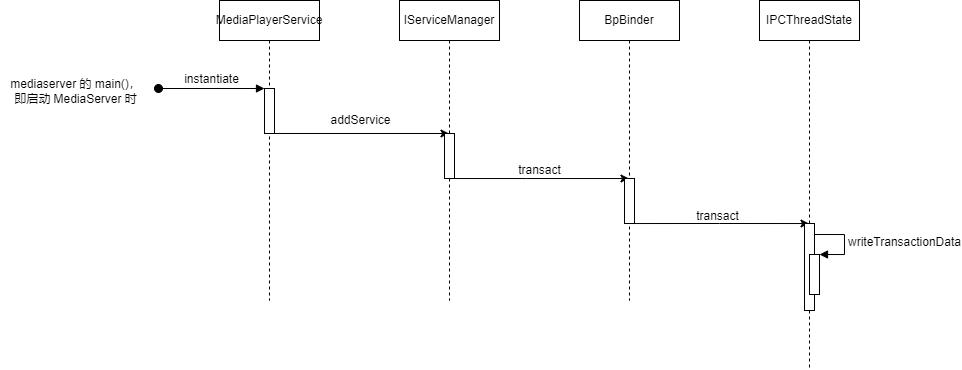
Before: res/MediaPlayerService 注册.drawio.png, a diagram exported from draw.io (huanggenghg/huanggenghg). Source tidied: cells renumbered, new cells last; positions are measured from the earlier drawing's top-left corner, leaving out a move shared by most shapes.
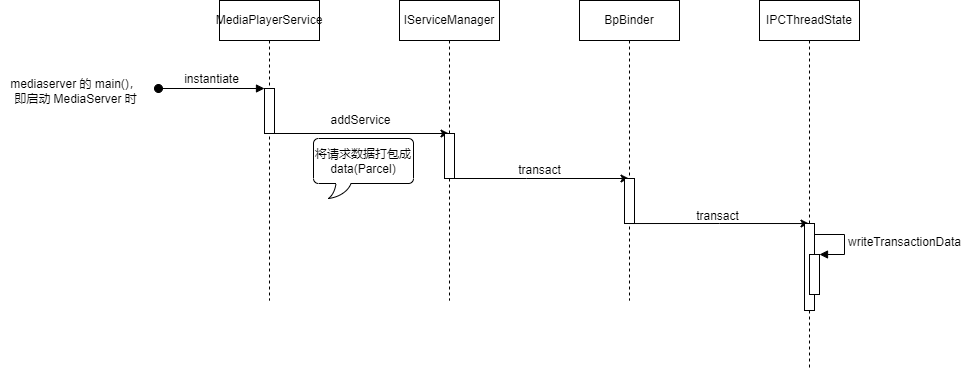
After the change.

The edit, as a diff of the source:
```diff
@@ -78,5 +78,8 @@
     <mxCell id="19" value="mediaserver 的 main()，&lt;br&gt;即启动 MediaServer 时" style="text;html=1;align=center;verticalAlign=middle;strokeColor=none;fillColor=none;" parent="1" vertex="1">
       <mxGeometry y="70" width="149" height="41" as="geometry" />
     </mxCell>
+    <mxCell id="20" value="将请求数据打包成data(Parcel)" style="whiteSpace=wrap;html=1;shape=mxgraph.basic.roundRectCallout;dx=30;dy=15;size=5;boundedLbl=1;" parent="1" vertex="1">
+      <mxGeometry x="313" y="138" width="100" height="60" as="geometry" />
+    </mxCell>
   </root>
 </mxGraphModel>
```
